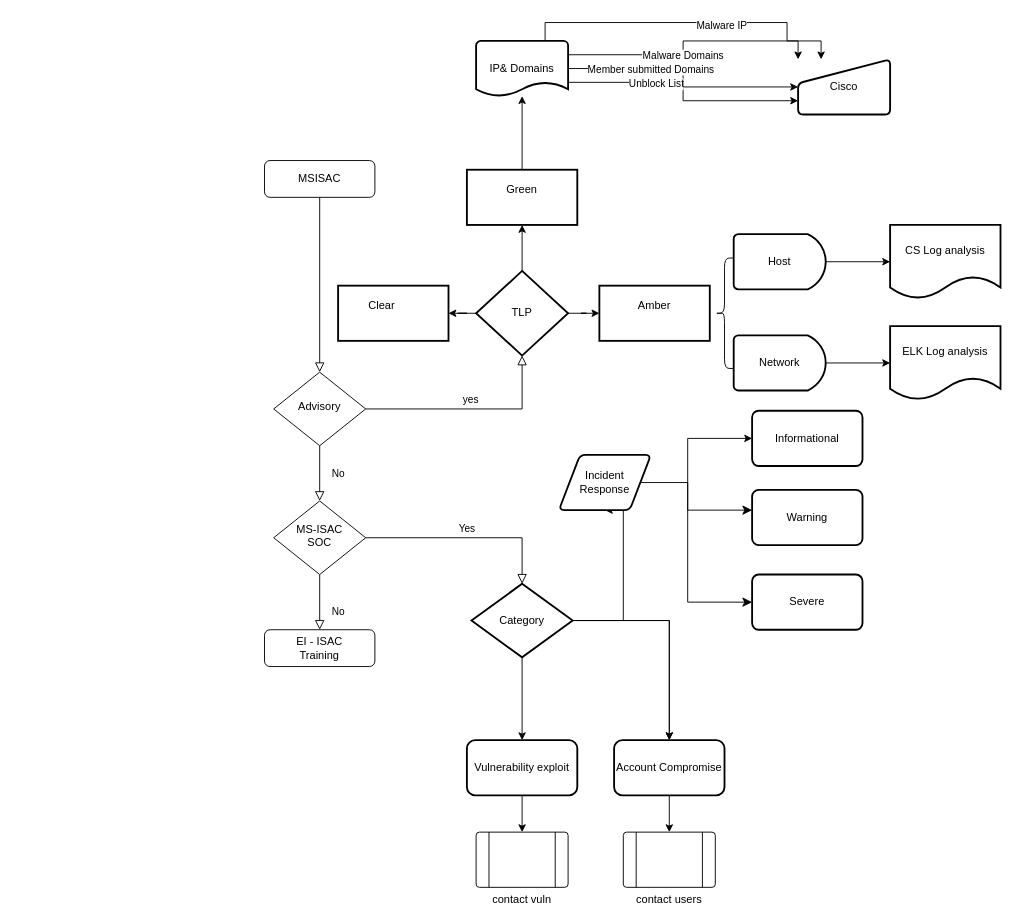
The draw.io diagram MSProcess.drawio in p1ngpat/p1ngpat, before the edit. Source tidied: cells renumbered, new cells numbered last; positions are measured from the earlier drawing's top-left corner, leaving out a move shared by most shapes. Both pictures are drawn from the tidied source at 92%, with x=0, y=0 at pixel (264, 22).
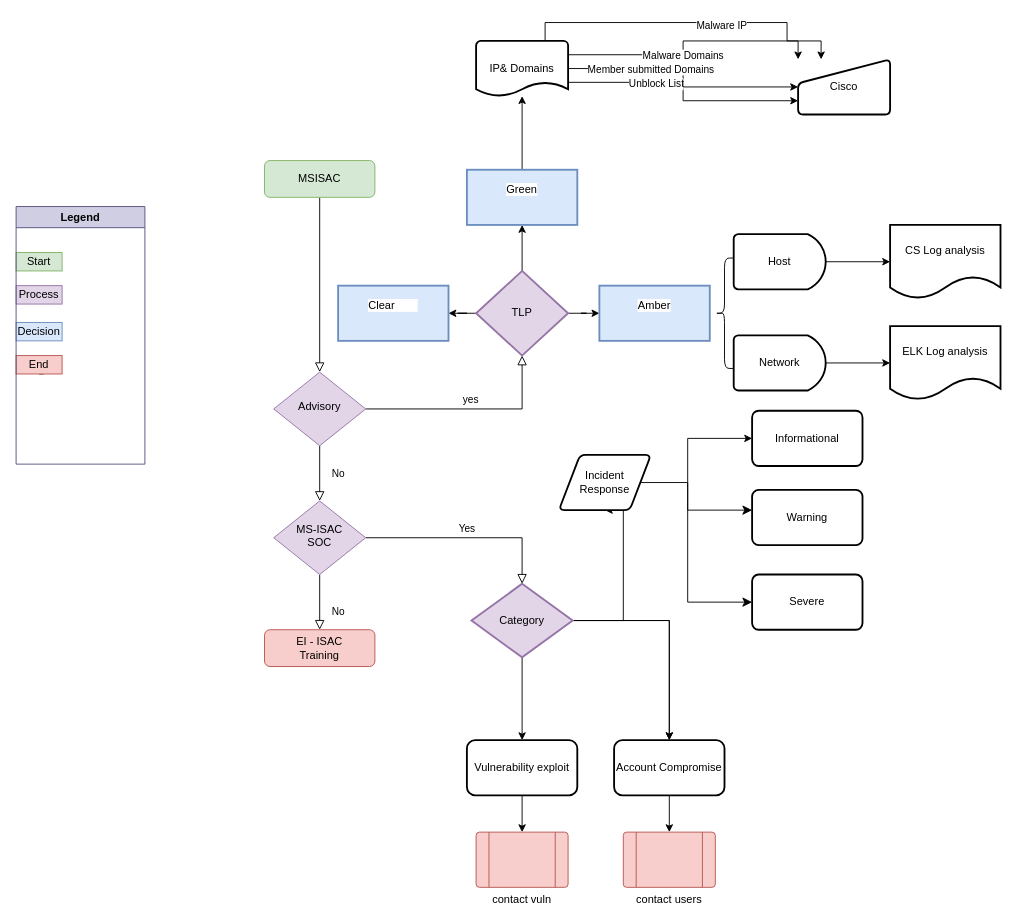
The same page after the edit.

The edit, as a diff of the source:
```diff
@@
-    <mxCell id="3" value="MSISAC " style="rounded=1;whiteSpace=wrap;html=1;fontSize=12;glass=0;strokeWidth=1;shadow=0;" parent="1" vertex="1">
+    <mxCell id="3" value="MSISAC " style="rounded=1;whiteSpace=wrap;html=1;fontSize=12;glass=0;strokeWidth=1;shadow=0;fillColor=#d5e8d4;strokeColor=#82b366;" parent="1" vertex="1">
       <mxGeometry y="150" width="120" height="40" as="geometry" />
     </mxCell>
@@
-    <mxCell id="6" value="Advisory " style="rhombus;whiteSpace=wrap;html=1;shadow=0;fontFamily=Helvetica;fontSize=12;align=center;strokeWidth=1;spacing=6;spacingTop=-4;" parent="1" vertex="1">
+    <mxCell id="6" value="Advisory " style="rhombus;whiteSpace=wrap;html=1;shadow=0;fontFamily=Helvetica;fontSize=12;align=center;strokeWidth=1;spacing=6;spacingTop=-4;fillColor=#e1d5e7;strokeColor=#9673a6;" parent="1" vertex="1">
       <mxGeometry x="10" y="380" width="100" height="80" as="geometry" />
     </mxCell>
@@
-    <mxCell id="10" value="TLP " style="rounded=1;whiteSpace=wrap;html=1;fontSize=12;glass=0;strokeWidth=2;shadow=0;shape=mxgraph.flowchart.decision;" parent="1" vertex="1">
+    <mxCell id="10" value="TLP " style="rounded=1;whiteSpace=wrap;html=1;fontSize=12;glass=0;strokeWidth=2;shadow=0;shape=mxgraph.flowchart.decision;fillColor=#e1d5e7;strokeColor=#9673a6;" parent="1" vertex="1">
       <mxGeometry x="230" y="270" width="100" height="92" as="geometry" />
     </mxCell>
@@
-    <mxCell id="13" value="&lt;div&gt;MS-ISAC &lt;br&gt;&lt;/div&gt;&lt;div&gt;SOC &lt;br&gt;&lt;/div&gt;" style="rhombus;whiteSpace=wrap;html=1;shadow=0;fontFamily=Helvetica;fontSize=12;align=center;strokeWidth=1;spacing=6;spacingTop=-4;" parent="1" vertex="1">
+    <mxCell id="13" value="&lt;div&gt;MS-ISAC &lt;br&gt;&lt;/div&gt;&lt;div&gt;SOC &lt;br&gt;&lt;/div&gt;" style="rhombus;whiteSpace=wrap;html=1;shadow=0;fontFamily=Helvetica;fontSize=12;align=center;strokeWidth=1;spacing=6;spacingTop=-4;fillColor=#e1d5e7;strokeColor=#9673a6;" parent="1" vertex="1">
       <mxGeometry x="10" y="520" width="100" height="80" as="geometry" />
     </mxCell>
-    <mxCell id="14" value="&lt;div&gt;EI - ISAC &lt;br&gt;&lt;/div&gt;&lt;div&gt;Training &lt;br&gt;&lt;/div&gt;" style="rounded=1;whiteSpace=wrap;html=1;fontSize=12;glass=0;strokeWidth=1;shadow=0;" parent="1" vertex="1">
+    <mxCell id="14" value="&lt;div&gt;EI - ISAC &lt;br&gt;&lt;/div&gt;&lt;div&gt;Training &lt;br&gt;&lt;/div&gt;" style="rounded=1;whiteSpace=wrap;html=1;fontSize=12;glass=0;strokeWidth=1;shadow=0;fillColor=#f8cecc;strokeColor=#b85450;" parent="1" vertex="1">
       <mxGeometry y="660" width="120" height="40" as="geometry" />
     </mxCell>
@@
-    <mxCell id="19" value="Category" style="rounded=1;whiteSpace=wrap;html=1;fontSize=12;glass=0;strokeWidth=2;shadow=0;shape=mxgraph.flowchart.decision;" parent="1" vertex="1">
+    <mxCell id="19" value="Category" style="rounded=1;whiteSpace=wrap;html=1;fontSize=12;glass=0;strokeWidth=2;shadow=0;shape=mxgraph.flowchart.decision;fillColor=#e1d5e7;strokeColor=#9673a6;" parent="1" vertex="1">
       <mxGeometry x="225" y="610" width="110" height="80" as="geometry" />
     </mxCell>
-    <mxCell id="20" value="Clear &lt;span style=&quot;white-space: pre;&quot;&gt;&#9;&lt;/span&gt;" style="whiteSpace=wrap;html=1;verticalAlign=top;strokeWidth=2;labelBackgroundColor=default;spacingTop=8;" parent="1" vertex="1">
+    <mxCell id="20" value="Clear &lt;span style=&quot;white-space: pre;&quot;&gt;&#9;&lt;/span&gt;" style="whiteSpace=wrap;html=1;verticalAlign=top;strokeWidth=2;labelBackgroundColor=default;spacingTop=8;fillColor=#dae8fc;strokeColor=#6c8ebf;" parent="1" vertex="1">
       <mxGeometry x="80" y="286" width="120" height="60" as="geometry" />
     </mxCell>
@@
-    <mxCell id="22" value="Green" style="whiteSpace=wrap;html=1;verticalAlign=top;strokeWidth=2;labelBackgroundColor=default;spacingTop=8;" parent="1" vertex="1">
+    <mxCell id="22" value="Green" style="whiteSpace=wrap;html=1;verticalAlign=top;strokeWidth=2;labelBackgroundColor=default;spacingTop=8;fillColor=#dae8fc;strokeColor=#6c8ebf;" parent="1" vertex="1">
       <mxGeometry x="220" y="160" width="120" height="60" as="geometry" />
     </mxCell>
-    <mxCell id="23" value="Amber " style="whiteSpace=wrap;html=1;verticalAlign=top;strokeWidth=2;labelBackgroundColor=default;spacingTop=8;" parent="1" vertex="1">
+    <mxCell id="23" value="Amber " style="whiteSpace=wrap;html=1;verticalAlign=top;strokeWidth=2;labelBackgroundColor=default;spacingTop=8;fillColor=#dae8fc;strokeColor=#6c8ebf;" parent="1" vertex="1">
       <mxGeometry x="364" y="286" width="120" height="60" as="geometry" />
     </mxCell>
@@
-    <mxCell id="50" value="contact users" style="verticalLabelPosition=bottom;verticalAlign=top;html=1;shape=process;whiteSpace=wrap;rounded=1;size=0.14;arcSize=6;" parent="1" vertex="1">
+    <mxCell id="50" value="contact users" style="verticalLabelPosition=bottom;verticalAlign=top;html=1;shape=process;whiteSpace=wrap;rounded=1;size=0.14;arcSize=6;fillColor=#f8cecc;strokeColor=#b85450;" parent="1" vertex="1">
       <mxGeometry x="390" y="880" width="100" height="60" as="geometry" />
     </mxCell>
-    <mxCell id="51" value="contact vuln" style="verticalLabelPosition=bottom;verticalAlign=top;html=1;shape=process;whiteSpace=wrap;rounded=1;size=0.14;arcSize=6;" parent="1" vertex="1">
+    <mxCell id="51" value="contact vuln" style="verticalLabelPosition=bottom;verticalAlign=top;html=1;shape=process;whiteSpace=wrap;rounded=1;size=0.14;arcSize=6;fillColor=#f8cecc;strokeColor=#b85450;" parent="1" vertex="1">
       <mxGeometry x="230" y="880" width="100" height="60" as="geometry" />
     </mxCell>
@@
+    <mxCell id="54" value="Process" style="rounded=0;whiteSpace=wrap;html=1;fillColor=#e1d5e7;strokeColor=#9673a6;" parent="1" vertex="1">
+      <mxGeometry x="-270" y="286" width="50" height="20" as="geometry" />
+    </mxCell>
+    <mxCell id="55" value="Start" style="rounded=0;whiteSpace=wrap;html=1;fillColor=#d5e8d4;strokeColor=#82b366;" parent="1" vertex="1">
+      <mxGeometry x="-270" y="250" width="50" height="20" as="geometry" />
+    </mxCell>
+    <mxCell id="56" style="edgeStyle=orthogonalEdgeStyle;rounded=0;jettySize=auto;html=1;exitX=0.5;exitY=1;exitDx=0;exitDy=0;" parent="1" edge="1" source="57">
+      <mxGeometry relative="1" as="geometry">
+        <mxPoint x="-240" y="370" as="targetPoint" />
+      </mxGeometry>
+    </mxCell>
+    <mxCell id="57" value="End" style="rounded=0;whiteSpace=wrap;html=1;fillColor=#f8cecc;strokeColor=#b85450;" parent="1" vertex="1">
+      <mxGeometry x="-270" y="362" width="50" height="20" as="geometry" />
+    </mxCell>
+    <mxCell id="58" value="Decision" style="rounded=0;whiteSpace=wrap;html=1;fillColor=#dae8fc;strokeColor=#6c8ebf;" parent="1" vertex="1">
+      <mxGeometry x="-270" y="326" width="50" height="20" as="geometry" />
+    </mxCell>
+    <mxCell id="59" value="Legend" style="swimlane;whiteSpace=wrap;html=1;fillColor=#d0cee2;strokeColor=#56517e;" parent="1" vertex="1">
+      <mxGeometry x="-270" y="200" width="140" height="280" as="geometry" />
+    </mxCell>
```
